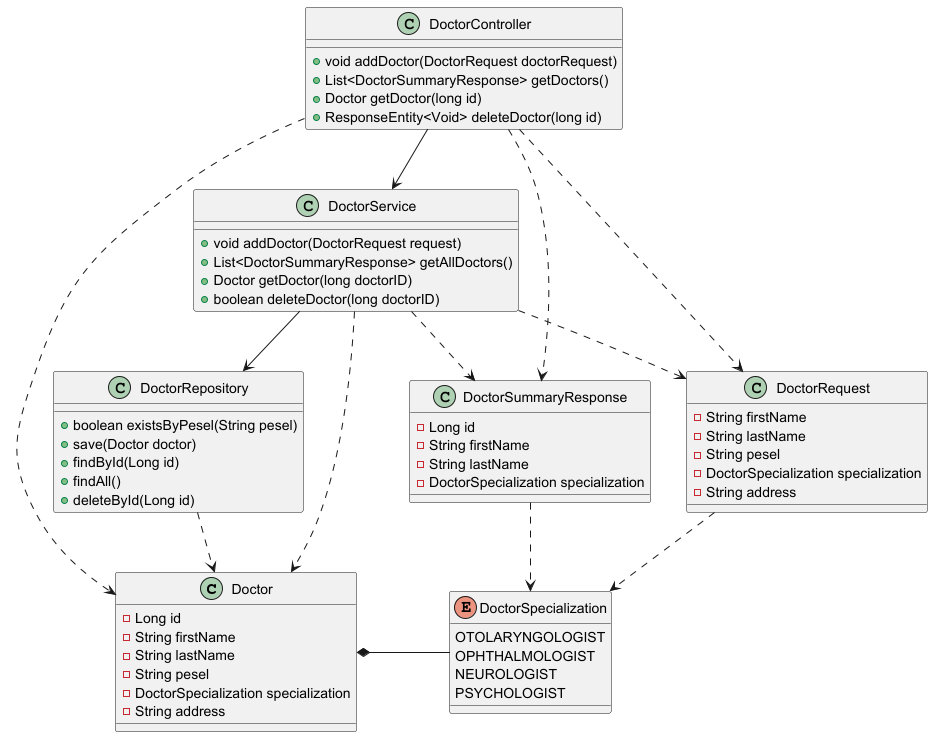
This is docs/uml/Doctor.png from Krzeselkoo/DK-czw-0800-LK, a PlantUML export, as it was before one commit.
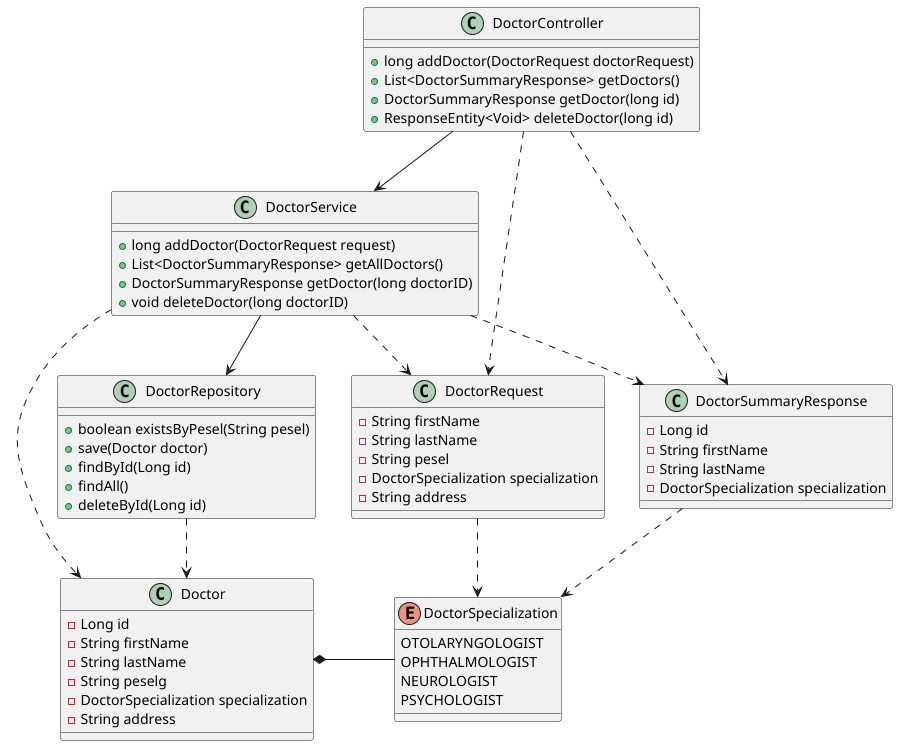
Later version of the same file.

Commit message:
Added documentation. Fixed endpoint (now return DTO instead of raw Doctor). Adjusted tests.

What changed in the source:
```diff
@@ -3,7 +3,7 @@
     - Long id
     - String firstName
     - String lastName
-    - String pesel
+    - String peselg
     - DoctorSpecialization specialization
     - String address
 }
@@ -24,10 +24,10 @@
 }
 
 class DoctorService {
-    + void addDoctor(DoctorRequest request)
+    + long addDoctor(DoctorRequest request)
     + List<DoctorSummaryResponse> getAllDoctors()
-    + Doctor getDoctor(long doctorID)
-    + boolean deleteDoctor(long doctorID)
+    + DoctorSummaryResponse getDoctor(long doctorID)
+    + void deleteDoctor(long doctorID)
 }
 
 class DoctorRepository {
@@ -39,9 +39,9 @@
 }
 
 class DoctorController {
-    + void addDoctor(DoctorRequest doctorRequest)
+    + long addDoctor(DoctorRequest doctorRequest)
     + List<DoctorSummaryResponse> getDoctors()
-    + Doctor getDoctor(long id)
+    + DoctorSummaryResponse getDoctor(long id)
     + ResponseEntity<Void> deleteDoctor(long id)
 }
 
@@ -62,6 +62,5 @@
 DoctorController --> DoctorService
 DoctorController ..> DoctorRequest
 DoctorController ..> DoctorSummaryResponse
-DoctorController ..> Doctor
 DoctorRepository ..> Doctor
 @enduml
```
